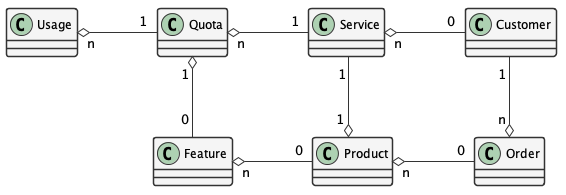
This is images/overview.png from csjx/d1-membership-plan-mgmt, a PlantUML export, as it was before one commit.
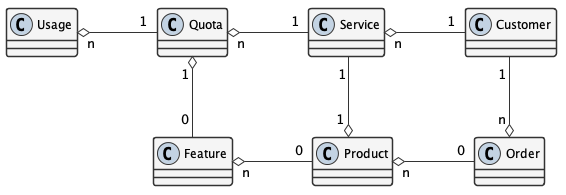
The same diagram one commit later.

What changed in the source:
```diff
@@ -4,6 +4,8 @@
       skinparam padding 2
       skinparam linetype ortho
       skinparam bbackgroundColor #000000
+      skinparam stereotypeCBackgroundColor #C3D3E3
+
 
       skinparam sequence {
       	ArrowColor #1F4260
@@ -49,8 +51,8 @@
 
 
 Customer "1" --o "n" Order : "          "
+Customer "1" -right-o "n" Service : "          "
 Order "0" -right-o "n" Product : "          "
-Customer "0" -right-o "n" Service : "          "
 Service "1" -up-o "1" Product : "          "
 Service "1" -right-o "n" Quota : "          "
 Quota "1" -right-o "n" Usage : "          "
```
